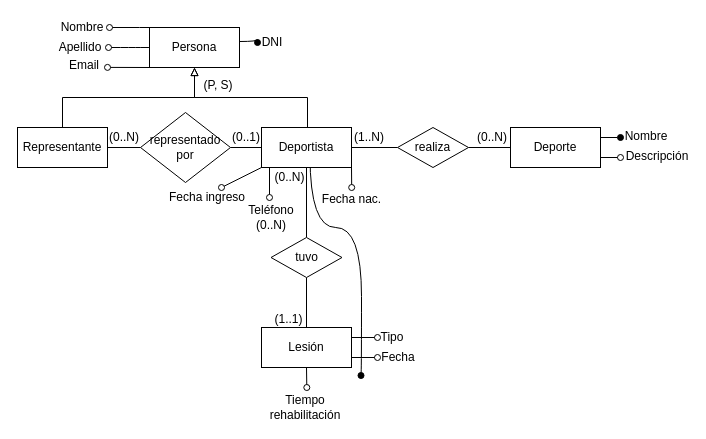
This is page "Ejercicio 6" (6 of 9) of Práctica 1/Diagramas.drawio from joakospinelli/DBD, a draw.io file, before an edit. Source tidied: cells renumbered, new cells numbered last; positions are measured from the earlier drawing's top-left corner, leaving out a move shared by most shapes. Both pictures are drawn from the tidied source at 100%, with x=0, y=0 at pixel (17, 17).
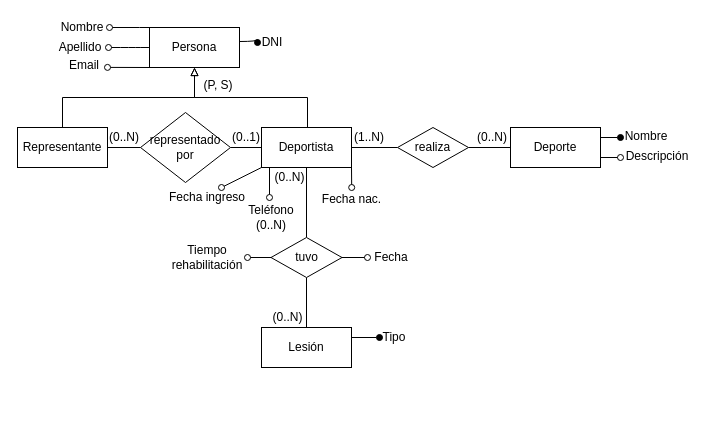
The same page after the edit.

Unchanged cells that the change refers to:
```xml
<mxCell id="30" value="Lesión" style="rounded=0;whiteSpace=wrap;html=1;" parent="1" vertex="1">
  <mxGeometry x="244" y="310" width="90" height="40" as="geometry" />
</mxCell>
<mxCell id="33" value="tuvo" style="rhombus;whiteSpace=wrap;html=1;" parent="1" vertex="1">
  <mxGeometry x="253.5" y="220" width="71" height="40" as="geometry" />
</mxCell>
```

Diff of the diagram source:
```diff
@@
-    <mxCell id="3" style="edgeStyle=orthogonalEdgeStyle;rounded=0;orthogonalLoop=1;jettySize=auto;html=1;endArrow=oval;endFill=1;curved=1;exitX=0.5;exitY=1;exitDx=0;exitDy=0;" parent="1" edge="1">
-      <mxGeometry relative="1" as="geometry">
-        <mxPoint x="292.5" y="138" as="sourcePoint" />
-        <mxPoint x="343.5" y="358" as="targetPoint" />
-        <Array as="points">
-          <mxPoint x="293" y="210" />
-          <mxPoint x="344" y="210" />
-          <mxPoint x="344" y="348" />
-        </Array>
-      </mxGeometry>
-    </mxCell>
@@
-    <mxCell id="27" style="edgeStyle=none;rounded=0;jettySize=auto;html=1;exitX=1;exitY=0.25;exitDx=0;exitDy=0;endArrow=oval;endFill=0;entryX=0;entryY=0.5;entryDx=0;entryDy=0;" parent="1" edge="1" source="30" target="34">
+    <mxCell id="27" style="edgeStyle=none;rounded=0;jettySize=auto;html=1;exitX=1;exitY=0.25;exitDx=0;exitDy=0;endArrow=oval;endFill=1;entryX=0;entryY=0.5;entryDx=0;entryDy=0;" parent="1" edge="1" source="30" target="34">
       <mxGeometry relative="1" as="geometry" />
     </mxCell>
-    <mxCell id="28" style="edgeStyle=none;rounded=0;jettySize=auto;html=1;exitX=1;exitY=0.75;exitDx=0;exitDy=0;endArrow=oval;endFill=0;" parent="1" edge="1" source="30">
-      <mxGeometry relative="1" as="geometry">
-        <mxPoint x="360" y="340" as="targetPoint" />
-      </mxGeometry>
-    </mxCell>
-    <mxCell id="29" style="edgeStyle=none;rounded=0;jettySize=auto;html=1;exitX=0.5;exitY=1;exitDx=0;exitDy=0;endArrow=oval;endFill=0;" parent="1" edge="1" source="30">
-      <mxGeometry relative="1" as="geometry">
-        <mxPoint x="289.3" y="370" as="targetPoint" />
-      </mxGeometry>
-    </mxCell>
@@
+    <mxCell id="50" style="edgeStyle=orthogonalEdgeStyle;rounded=0;jettySize=auto;html=1;exitX=1;exitY=0.5;exitDx=0;exitDy=0;endArrow=oval;endFill=0;" parent="1" edge="1" source="33">
+      <mxGeometry relative="1" as="geometry">
+        <mxPoint x="350" y="240" as="targetPoint" />
+      </mxGeometry>
+    </mxCell>
+    <mxCell id="51" style="edgeStyle=orthogonalEdgeStyle;rounded=0;jettySize=auto;html=1;exitX=0;exitY=0.5;exitDx=0;exitDy=0;endArrow=oval;endFill=0;" parent="1" edge="1" source="33">
+      <mxGeometry relative="1" as="geometry">
+        <mxPoint x="230" y="240" as="targetPoint" />
+      </mxGeometry>
+    </mxCell>
@@
     <mxCell id="34" value="Tipo" style="text;html=1;strokeColor=none;fillColor=none;align=center;verticalAlign=middle;whiteSpace=wrap;rounded=0;" parent="1" vertex="1">
-      <mxGeometry x="360" y="310" width="30" height="20" as="geometry" />
+      <mxGeometry x="362" y="310" width="30" height="20" as="geometry" />
     </mxCell>
     <mxCell id="35" value="Fecha&lt;br&gt;" style="text;html=1;strokeColor=none;fillColor=none;align=center;verticalAlign=middle;whiteSpace=wrap;rounded=0;" parent="1" vertex="1">
-      <mxGeometry x="366" y="330" width="30" height="20" as="geometry" />
+      <mxGeometry x="359" y="230" width="30" height="20" as="geometry" />
     </mxCell>
     <mxCell id="36" value="Tiempo rehabilitación" style="text;html=1;strokeColor=none;fillColor=none;align=center;verticalAlign=middle;whiteSpace=wrap;rounded=0;" parent="1" vertex="1">
-      <mxGeometry x="273" y="380" width="30" height="20" as="geometry" />
+      <mxGeometry x="175" y="230" width="30" height="20" as="geometry" />
     </mxCell>
@@
-    <mxCell id="38" value="(1..1)" style="text;html=1;strokeColor=none;fillColor=none;align=center;verticalAlign=middle;whiteSpace=wrap;rounded=0;" parent="1" vertex="1">
-      <mxGeometry x="257.5" y="292" width="26.5" height="20" as="geometry" />
+    <mxCell id="38" value="(0..N)" style="text;html=1;strokeColor=none;fillColor=none;align=center;verticalAlign=middle;whiteSpace=wrap;rounded=0;" parent="1" vertex="1">
+      <mxGeometry x="256.5" y="290" width="26.5" height="20" as="geometry" />
     </mxCell>
```
